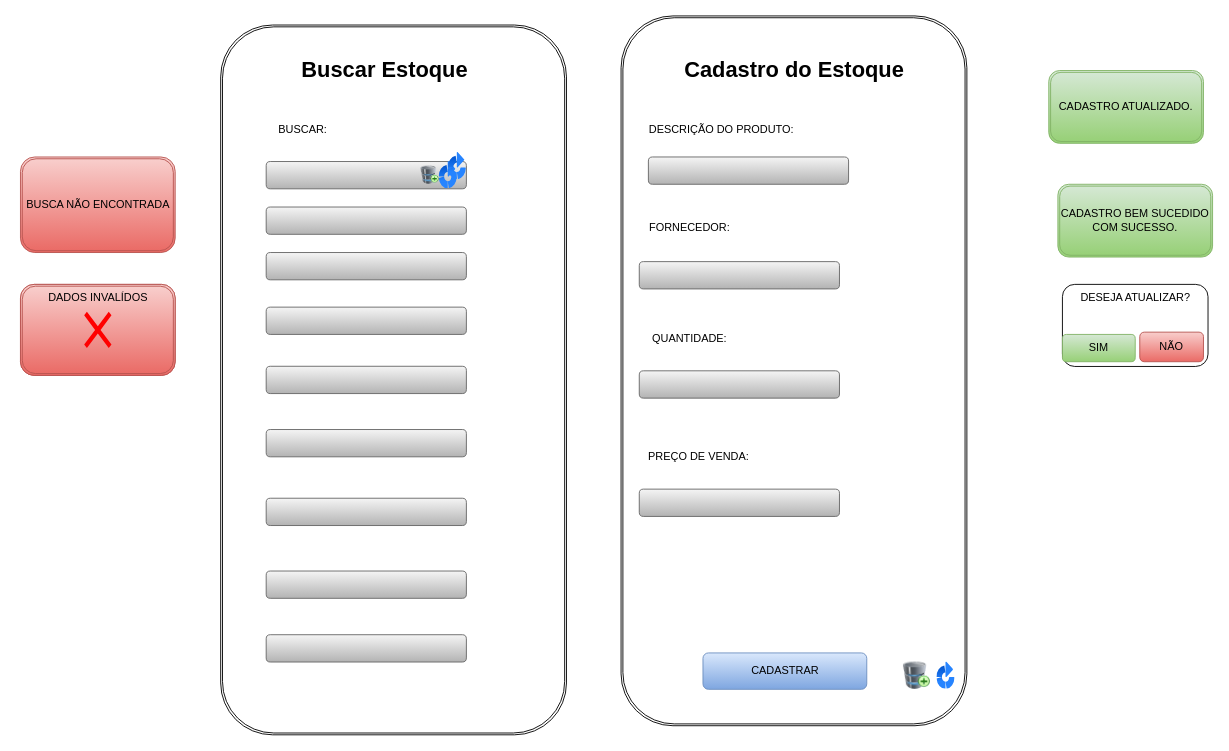
Before: page "Página-10" (10 of 10) of doc/telas.drawio in pati573022/avatarapp, a draw.io diagram. Source tidied: cells renumbered, new cells numbered last; positions are measured from the earlier drawing's top-left corner, leaving out a move shared by most shapes. Both pictures are drawn from the tidied source at 91%, with x=0, y=0 at pixel (15, 15).
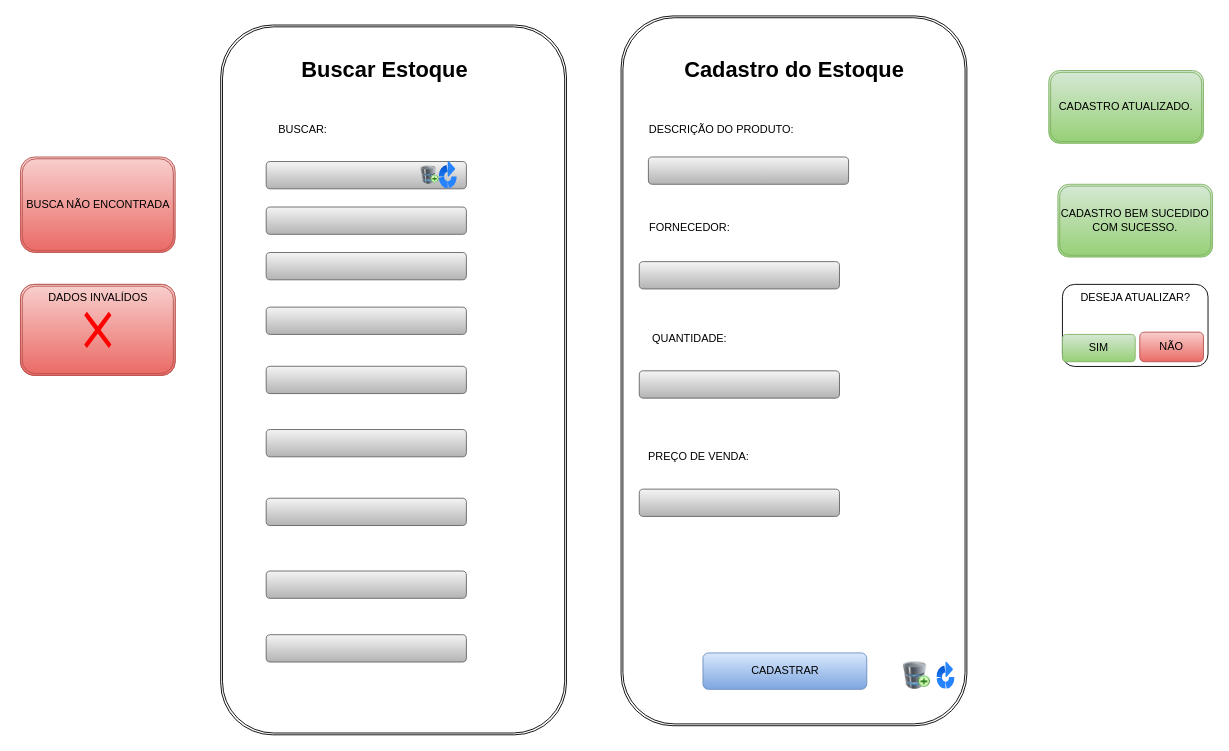
The same page after the edit.

What changed in the source:
```diff
@@
-    <mxCell id="43" style="image;html=1;image=img/lib/atlassian/Bamboo_Logo.svg;" parent="1" vertex="1">
-      <mxGeometry x="475" y="150" width="20" height="30" as="geometry" />
-    </mxCell>
```
